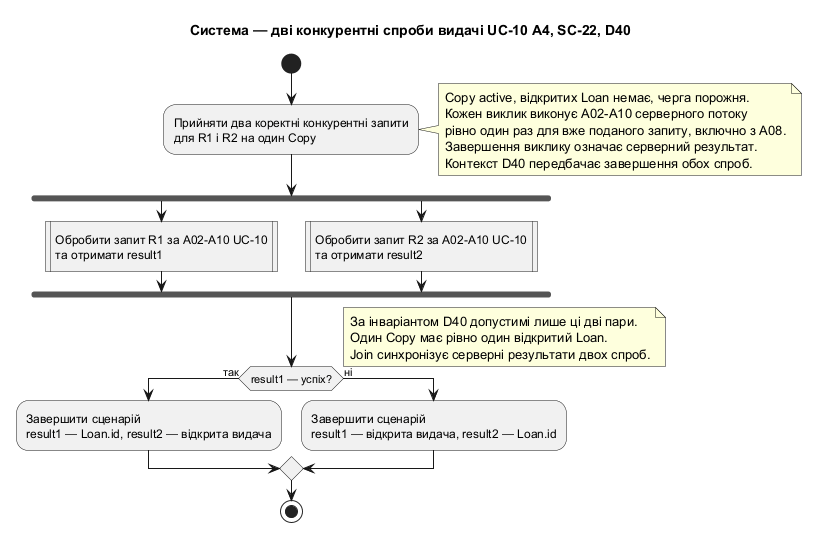
Earlier version of the PlantUML export lab4/render/activity-concurrency.png (the1nurz/mavpz). The source it was exported from:
```plantuml
@startuml activity-concurrency
title Система — дві конкурентні спроби видачі UC-10 A4, SC-22, D40

|Система|
start
:Прийняти два коректні конкурентні запити\nдля R1 і R2 на один Copy;
note right
  Copy active, відкритих Loan немає, черга порожня.
  Кожен виклик виконує A02-A10 серверного потоку
  рівно один раз для вже поданого запиту, включно з A08.
  Завершення виклику означає серверний результат.
  Контекст D40 передбачає завершення обох спроб.
end note
fork
  :Обробити запит R1 за A02-A10 UC-10\nта отримати result1; <<procedure>>
fork again
  :Обробити запит R2 за A02-A10 UC-10\nта отримати result2; <<procedure>>
end fork
if (result1 — успіх?) then (так)
  :Завершити сценарій\nresult1 — Loan.id, result2 — відкрита видача;
else (ні)
  :Завершити сценарій\nresult1 — відкрита видача, result2 — Loan.id;
endif
note right
  За інваріантом D40 допустимі лише ці дві пари.
  Один Copy має рівно один відкритий Loan.
  Join синхронізує серверні результати двох спроб.
end note
stop
@enduml
```
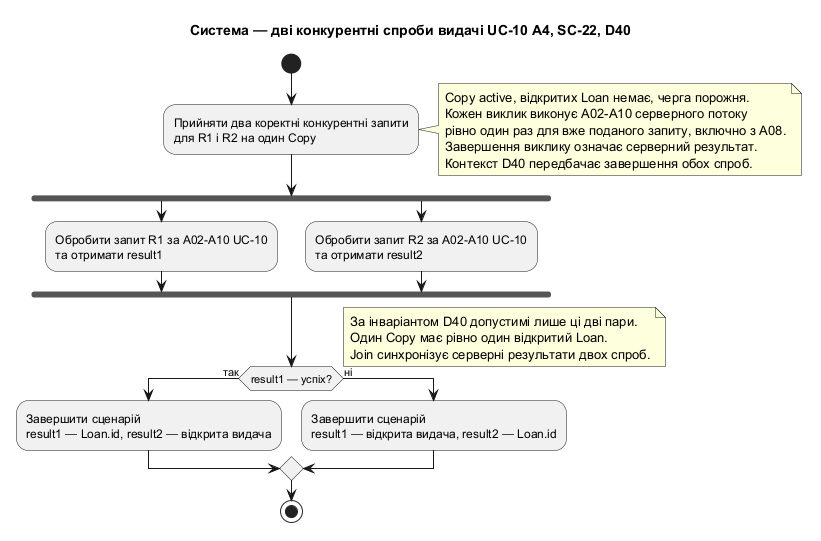
The same file after the commit.

Change to the diagram source:
```diff
@@ -12,9 +12,9 @@
   Контекст D40 передбачає завершення обох спроб.
 end note
 fork
-  :Обробити запит R1 за A02-A10 UC-10\nта отримати result1; <<procedure>>
+  :Обробити запит R1 за A02-A10 UC-10\nта отримати result1;
 fork again
-  :Обробити запит R2 за A02-A10 UC-10\nта отримати result2; <<procedure>>
+  :Обробити запит R2 за A02-A10 UC-10\nта отримати result2;
 end fork
 if (result1 — успіх?) then (так)
   :Завершити сценарій\nresult1 — Loan.id, result2 — відкрита видача;
```
